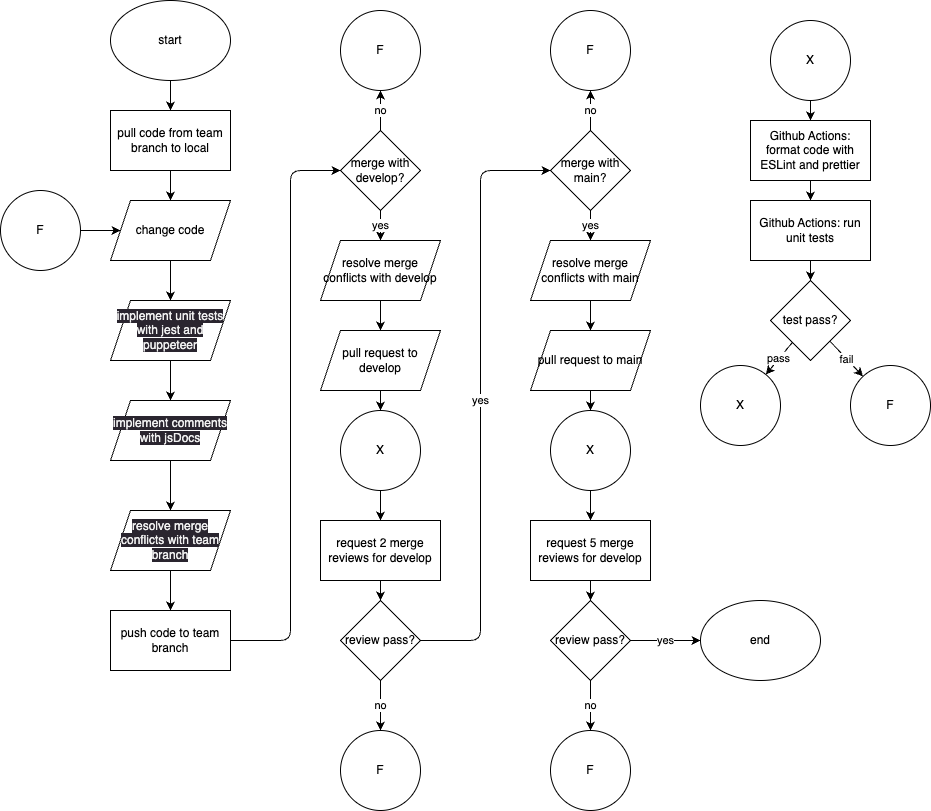
cse110-sp24-team24/cse110-sp24-team24 keeps this draw.io diagram as admin/cipipeline/phase1.drawio.png. Above is the earlier version. Source tidied: cells renumbered, new cells last; positions are measured from the earlier drawing's top-left corner, leaving out a move shared by most shapes.
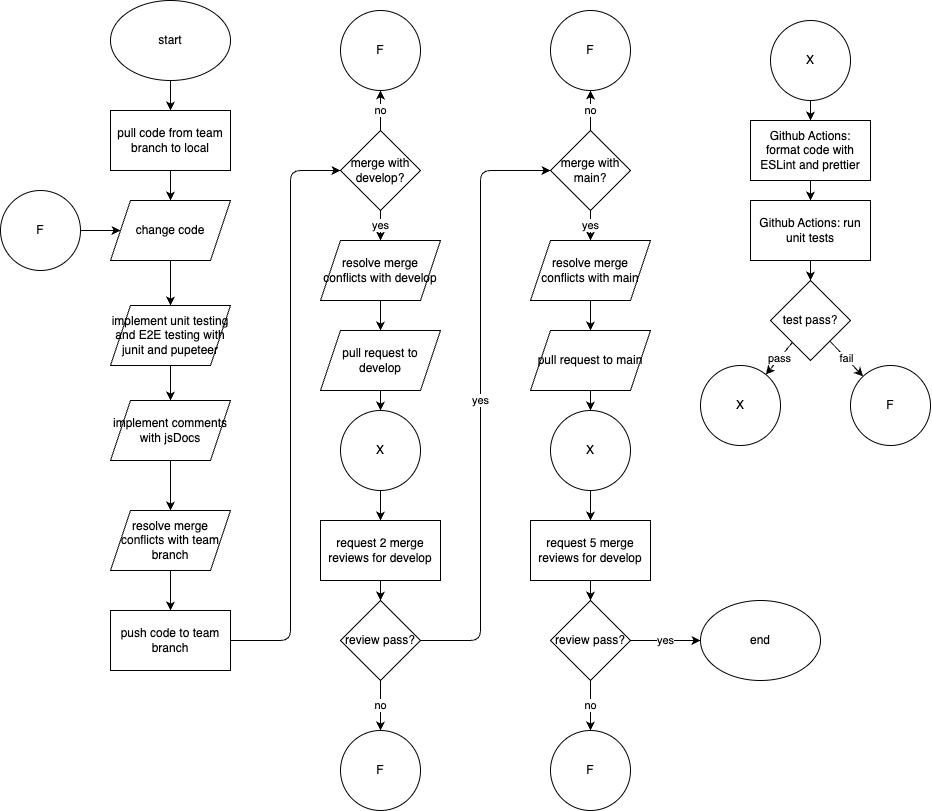
The same diagram one commit later.

Commit message:
updated cicd diagram

Diff of the diagram source:
```diff
@@ -25,29 +25,23 @@
     <mxCell id="7" value="push code to team branch" style="whiteSpace=wrap;html=1;" parent="1" vertex="1">
       <mxGeometry x="110" y="610" width="120" height="60" as="geometry" />
     </mxCell>
-    <mxCell id="8" style="edgeStyle=none;html=1;" parent="1" edge="1" target="x">
+    <mxCell id="8" style="edgeStyle=none;html=1;" parent="1" edge="1">
       <mxGeometry relative="1" as="geometry">
         <mxPoint x="690" y="330" as="sourcePoint" />
       </mxGeometry>
     </mxCell>
-    <mxCell id="9" style="edgeStyle=none;html=1;" parent="1" edge="1" source="10" target="12">
+    <mxCell id="9" style="edgeStyle=none;html=1;" parent="1" edge="1" source="10" target="64">
       <mxGeometry relative="1" as="geometry" />
     </mxCell>
     <mxCell id="10" value="change code" style="shape=parallelogram;perimeter=parallelogramPerimeter;whiteSpace=wrap;html=1;fixedSize=1;" parent="1" vertex="1">
       <mxGeometry x="110" y="200" width="120" height="60" as="geometry" />
     </mxCell>
-    <mxCell id="11" style="edgeStyle=none;html=1;" parent="1" edge="1" source="12" target="14">
+    <mxCell id="11" style="edgeStyle=none;html=1;" parent="1" edge="1" source="64" target="14">
       <mxGeometry relative="1" as="geometry" />
     </mxCell>
-    <mxCell id="12" value="&lt;meta charset=&quot;utf-8&quot;&gt;&lt;span style=&quot;color: rgb(240, 240, 240); font-family: Helvetica; font-size: 12px; font-style: normal; font-variant-ligatures: normal; font-variant-caps: normal; font-weight: 400; letter-spacing: normal; orphans: 2; text-align: center; text-indent: 0px; text-transform: none; widows: 2; word-spacing: 0px; -webkit-text-stroke-width: 0px; background-color: rgb(42, 37, 47); text-decoration-thickness: initial; text-decoration-style: initial; text-decoration-color: initial; float: none; display: inline !important;&quot;&gt;implement unit tests with jest and puppeteer&lt;/span&gt;" style="shape=parallelogram;perimeter=parallelogramPerimeter;whiteSpace=wrap;html=1;fixedSize=1;" parent="1" vertex="1">
-      <mxGeometry x="110" y="300" width="120" height="60" as="geometry" />
-    </mxCell>
     <mxCell id="13" style="edgeStyle=none;html=1;" parent="1" edge="1" source="14" target="38">
       <mxGeometry relative="1" as="geometry" />
     </mxCell>
-    <mxCell id="14" value="&lt;span style=&quot;color: rgb(240, 240, 240); font-family: Helvetica; font-size: 12px; font-style: normal; font-variant-ligatures: normal; font-variant-caps: normal; font-weight: 400; letter-spacing: normal; orphans: 2; text-align: center; text-indent: 0px; text-transform: none; widows: 2; word-spacing: 0px; -webkit-text-stroke-width: 0px; background-color: rgb(42, 37, 47); text-decoration-thickness: initial; text-decoration-style: initial; text-decoration-color: initial; float: none; display: inline !important;&quot;&gt;implement comments with jsDocs&lt;/span&gt;" style="shape=parallelogram;perimeter=parallelogramPerimeter;whiteSpace=wrap;html=1;fixedSize=1;" parent="1" vertex="1">
-      <mxGeometry x="110" y="400" width="120" height="60" as="geometry" />
-    </mxCell>
     <mxCell id="15" style="edgeStyle=none;html=1;" parent="1" edge="1" source="16" target="21">
       <mxGeometry relative="1" as="geometry" />
     </mxCell>
@@ -122,9 +116,6 @@
     <mxCell id="37" style="edgeStyle=none;html=1;" parent="1" edge="1" source="38" target="7">
       <mxGeometry relative="1" as="geometry" />
     </mxCell>
-    <mxCell id="38" value="&lt;span style=&quot;color: rgb(240, 240, 240); font-family: Helvetica; font-size: 12px; font-style: normal; font-variant-ligatures: normal; font-variant-caps: normal; font-weight: 400; letter-spacing: normal; orphans: 2; text-align: center; text-indent: 0px; text-transform: none; widows: 2; word-spacing: 0px; -webkit-text-stroke-width: 0px; background-color: rgb(42, 37, 47); text-decoration-thickness: initial; text-decoration-style: initial; text-decoration-color: initial; float: none; display: inline !important;&quot;&gt;resolve merge conflicts with team branch&lt;/span&gt;" style="shape=parallelogram;perimeter=parallelogramPerimeter;whiteSpace=wrap;html=1;fixedSize=1;" parent="1" vertex="1">
-      <mxGeometry x="110" y="510" width="120" height="60" as="geometry" />
-    </mxCell>
     <mxCell id="39" value="no" style="edgeStyle=none;html=1;" parent="1" edge="1" source="41" target="42">
       <mxGeometry relative="1" as="geometry" />
     </mxCell>
@@ -200,5 +191,14 @@
     <mxCell id="63" value="end" style="ellipse;whiteSpace=wrap;html=1;" parent="1" vertex="1">
       <mxGeometry x="700" y="600" width="120" height="80" as="geometry" />
     </mxCell>
+    <mxCell id="64" value="implement unit testing and E2E testing with junit and pupeteer" style="shape=parallelogram;perimeter=parallelogramPerimeter;whiteSpace=wrap;html=1;fixedSize=1;" parent="1" vertex="1">
+      <mxGeometry x="110" y="305" width="120" height="60" as="geometry" />
+    </mxCell>
+    <mxCell id="14" value="implement comments with jsDocs" style="shape=parallelogram;perimeter=parallelogramPerimeter;whiteSpace=wrap;html=1;fixedSize=1;" parent="1" vertex="1">
+      <mxGeometry x="110" y="400" width="120" height="60" as="geometry" />
+    </mxCell>
+    <mxCell id="38" value="resolve merge conflicts with team branch" style="shape=parallelogram;perimeter=parallelogramPerimeter;whiteSpace=wrap;html=1;fixedSize=1;" parent="1" vertex="1">
+      <mxGeometry x="110" y="510" width="120" height="60" as="geometry" />
+    </mxCell>
   </root>
 </mxGraphModel>
```
